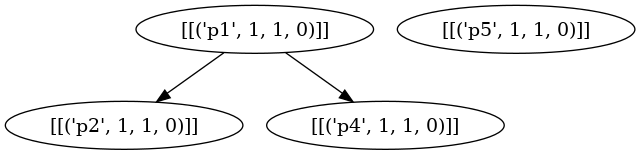
Before: task_network.png, a diagram exported from Graphviz (XushengLuo92/Hierarchical-LTL). Its source is kept beside it as task_network.dot.
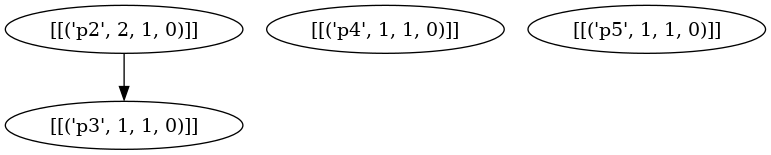
The same diagram one commit later.

Change to the diagram source:
```diff
@@ -1,9 +1,8 @@
 strict digraph "" {
 	node [label="\N"];
-	"('p0', 3)"	[label="[[('p1', 1, 1, 0)]]"];
-	"('p100', 1)"	[label="[[('p2', 1, 1, 0)]]"];
-	"('p0', 3)" -> "('p100', 1)";
+	"('p100', 1)"	[label="[[('p2', 2, 1, 0)]]"];
+	"('p100', 2)"	[label="[[('p3', 1, 1, 0)]]"];
+	"('p100', 1)" -> "('p100', 2)";
 	"('p200', 1)"	[label="[[('p4', 1, 1, 0)]]"];
-	"('p0', 3)" -> "('p200', 1)";
 	"('p300', 1)"	[label="[[('p5', 1, 1, 0)]]"];
 }
```
